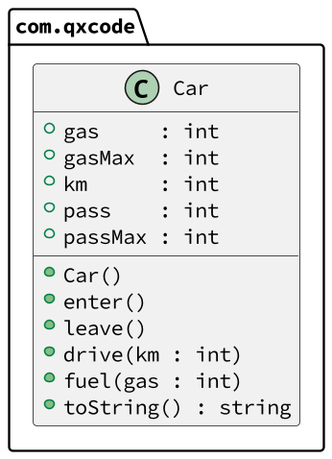
Above: base/002/diagrama.png in qxcodepoo/arcade (PlantUML), before the change.
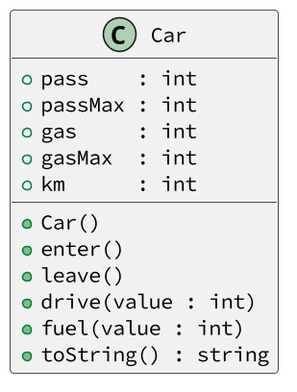
The same file after the commit.

Diff of the diagram source:
```diff
@@ -1,22 +1,18 @@
 @startuml
-
 skinparam defaultFontName Hasklig
 skinparam dpi 150
-
-package com.qxcode {
-  class Car {
-    + gas     : int
-    + gasMax  : int
-    + km      : int
-    + pass    : int
-    + passMax : int
-    __
-    + Car()
-    + enter()
-    + leave()
-    + drive(km : int)
-    + fuel(gas : int)
-    + toString() : string
-  }
+class Car {
+  + pass    : int
+  + passMax : int
+  + gas     : int
+  + gasMax  : int
+  + km      : int
+  __
+  + Car()
+  + enter()
+  + leave()
+  + drive(value : int)
+  + fuel(value : int)
+  + toString() : string
 }
 @enduml
```
